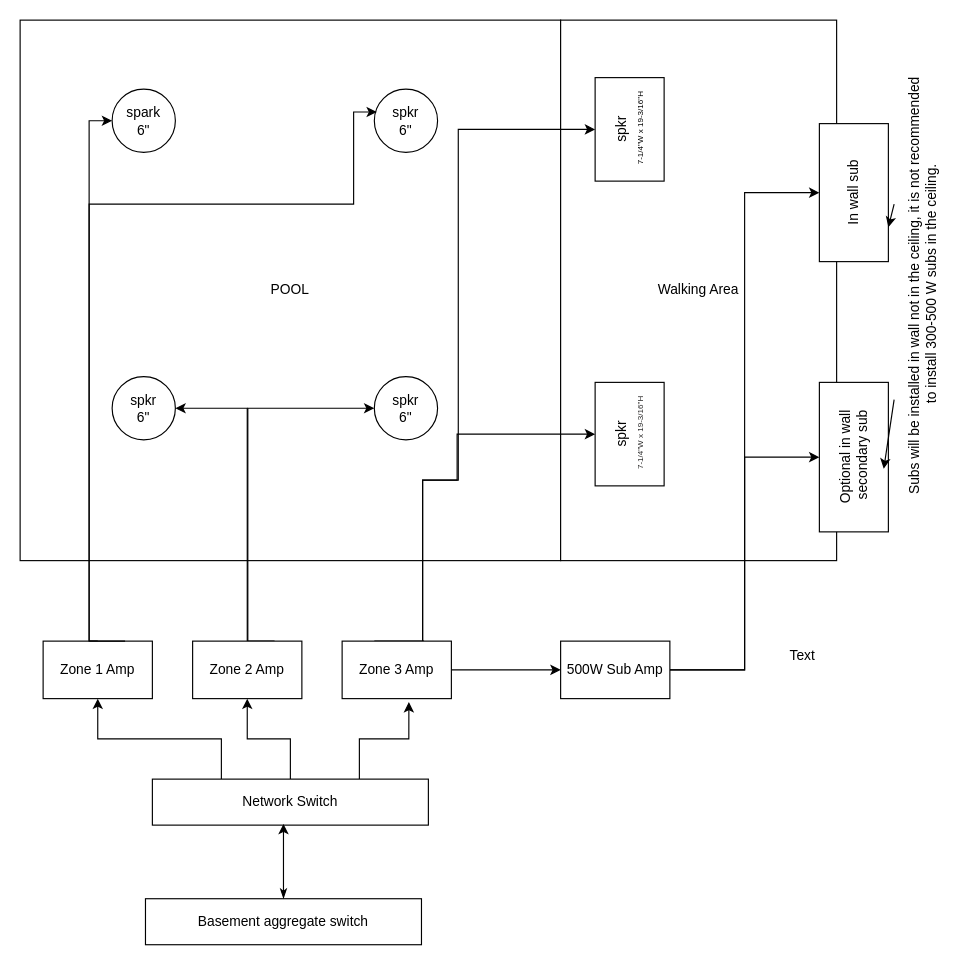
Earlier version of the draw.io diagram Untitled Diagram.drawio (Pzharyuk/draw_io_diagrams). Source tidied: cells renumbered, new cells numbered last; positions are measured from the earlier drawing's top-left corner, leaving out a move shared by most shapes. Both pictures are drawn from the tidied source at 115%, with x=0, y=0 at pixel (20, 20).
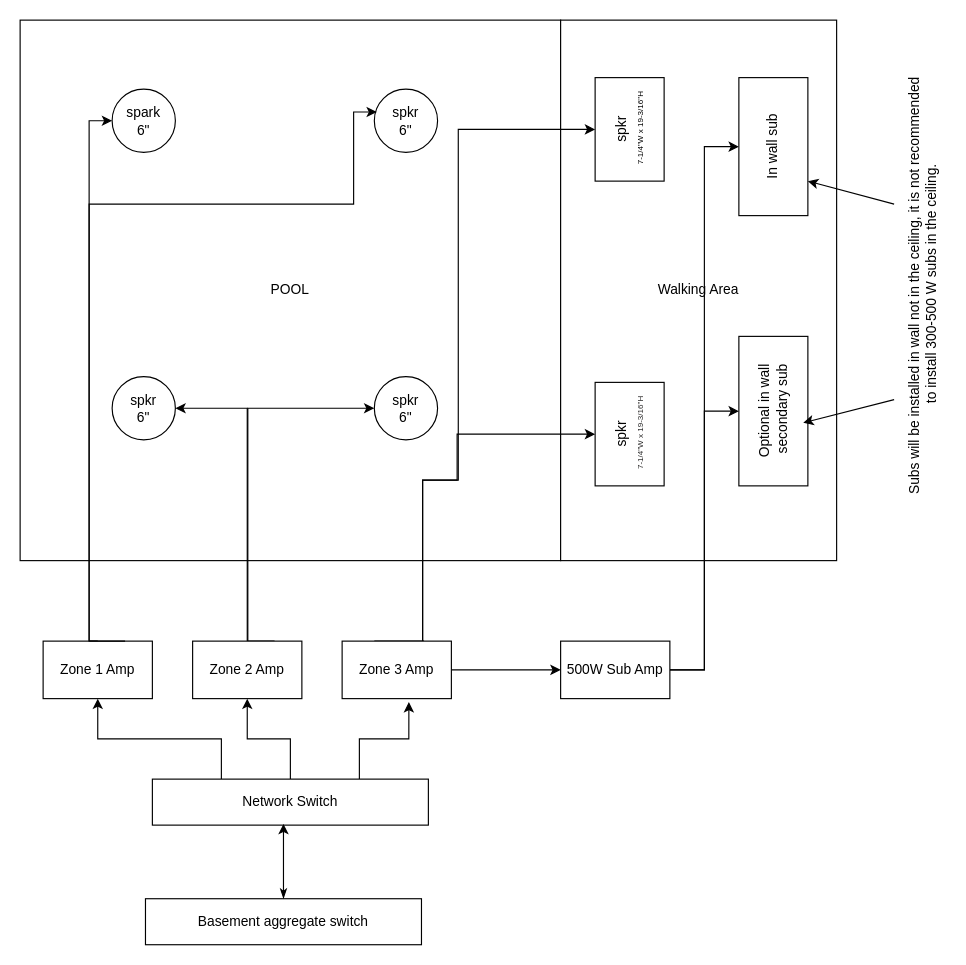
The same page after the edit.

Commit message:
update speaker dimensions

Diff of the diagram source:
```diff
@@
     <mxCell id="10" value="In wall sub" style="rounded=0;whiteSpace=wrap;html=1;rotation=-90;" parent="1" vertex="1">
-      <mxGeometry x="665" y="120" width="120" height="60" as="geometry" />
+      <mxGeometry x="595" y="80" width="120" height="60" as="geometry" />
     </mxCell>
     <mxCell id="11" value="Optional in wall &amp;nbsp;secondary sub" style="rounded=0;whiteSpace=wrap;html=1;rotation=-90;" parent="1" vertex="1">
-      <mxGeometry x="660" y="350" width="130" height="60" as="geometry" />
+      <mxGeometry x="590" y="310" width="130" height="60" as="geometry" />
     </mxCell>
@@
-    <mxCell id="34" value="Text" style="text;html=1;align=center;verticalAlign=middle;strokeColor=none;fillColor=none;" parent="1" vertex="1">
-      <mxGeometry x="655" y="538" width="50" height="30" as="geometry" />
-    </mxCell>
```
